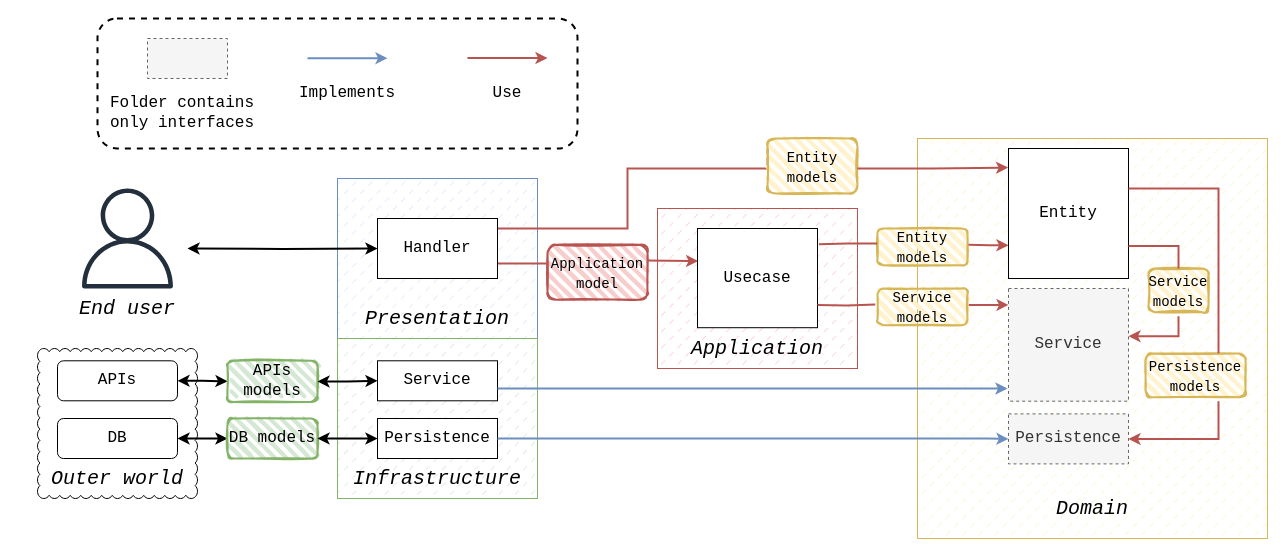
Before: .github/other/clean_architecture_sketch.drawio in abc-valera/netsly-golang, a draw.io diagram. Source tidied: cells renumbered, new cells numbered last; positions are measured from the earlier drawing's top-left corner, leaving out a move shared by most shapes. Both pictures are drawn from the tidied source at 100%, with x=0, y=0 at pixel (17, 18).
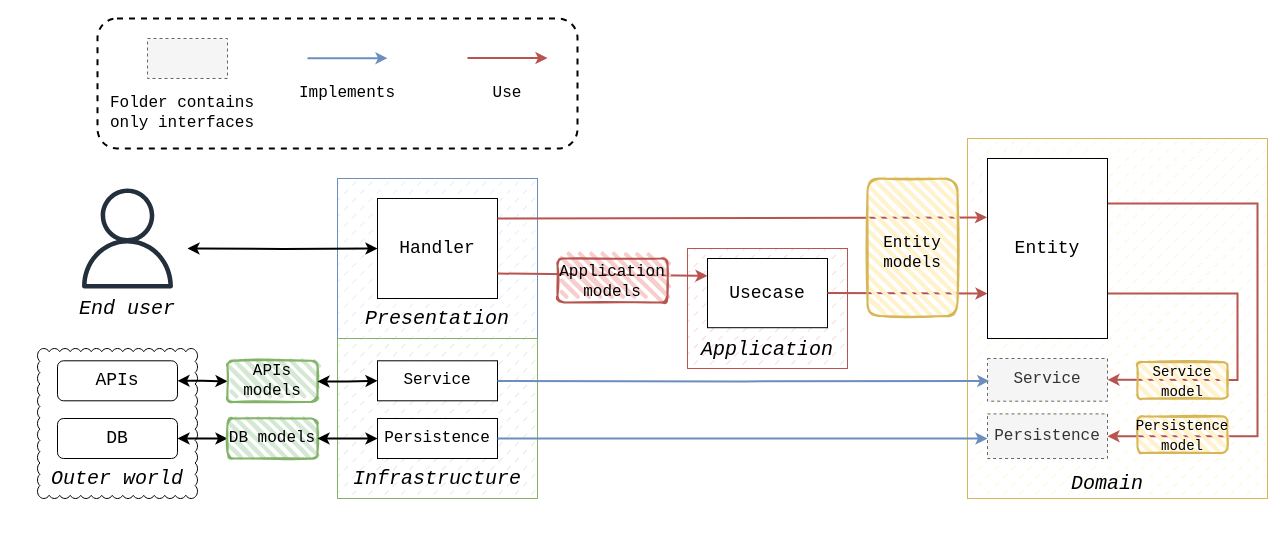
The same diagram, later.

Unchanged cells that the change refers to:
```xml
<mxCell id="15" value="&lt;font style=&quot;font-size: 16px;&quot; face=&quot;Courier New&quot;&gt;Persistence&lt;/font&gt;" style="text;html=1;align=center;verticalAlign=middle;whiteSpace=wrap;rounded=0;" parent="13" vertex="1">
  <mxGeometry width="120" height="40" as="geometry" />
</mxCell>
<mxCell id="33" style="group;" parent="1" vertex="1">
  <mxGeometry x="40" y="400" width="120" height="40" as="geometry" />
</mxCell>
```

Diff of the diagram source:
```diff
@@
     <mxCell id="3" style="rounded=0;whiteSpace=wrap;html=1;fillColor=#f8cecc;strokeColor=#b85450;fillStyle=dashed;" parent="1" vertex="1">
-      <mxGeometry x="640" y="190" width="200" height="160" as="geometry" />
+      <mxGeometry x="670" y="230" width="160" height="120" as="geometry" />
     </mxCell>
     <mxCell id="4" style="rounded=0;whiteSpace=wrap;html=1;fillColor=#fff2cc;strokeColor=#d6b656;fillStyle=dashed;gradientColor=none;" parent="1" vertex="1">
-      <mxGeometry x="900" y="120" width="350" height="400" as="geometry" />
+      <mxGeometry x="950" y="120" width="300" height="360" as="geometry" />
     </mxCell>
     <mxCell id="5" value="&lt;font face=&quot;Courier New&quot; style=&quot;font-size: 20px;&quot;&gt;&lt;i&gt;Domain&lt;/i&gt;&lt;/font&gt;" style="text;html=1;align=center;verticalAlign=middle;whiteSpace=wrap;rounded=0;" parent="1" vertex="1">
-      <mxGeometry x="900" y="470" width="350" height="40" as="geometry" />
+      <mxGeometry x="950" y="450" width="280" height="30" as="geometry" />
     </mxCell>
     <mxCell id="6" value="&lt;font face=&quot;Courier New&quot; style=&quot;font-size: 20px;&quot;&gt;&lt;i&gt;Application&lt;/i&gt;&lt;/font&gt;" style="text;html=1;align=center;verticalAlign=middle;whiteSpace=wrap;rounded=0;" parent="1" vertex="1">
-      <mxGeometry x="640" y="310" width="200" height="40" as="geometry" />
+      <mxGeometry x="650" y="310" width="200" height="42.3" as="geometry" />
     </mxCell>
@@
-    <mxCell id="22" style="rounded=1;whiteSpace=wrap;html=1;fillColor=none;dashed=1;strokeWidth=2;" parent="1" vertex="1">
+    <mxCell id="22" style="rounded=1;whiteSpace=wrap;html=1;fillColor=none;dashed=1;strokeWidth=2;strokeColor=default;" parent="1" vertex="1">
       <mxGeometry x="80" width="480" height="130" as="geometry" />
     </mxCell>
+    <mxCell id="85" style="edgeStyle=orthogonalEdgeStyle;rounded=0;jettySize=auto;html=1;entryX=1;entryY=0.25;entryDx=0;entryDy=0;strokeWidth=2;strokeColor=#B85450;endArrow=none;endFill=0;startArrow=classic;startFill=1;" parent="1" edge="1" source="23" target="59">
+      <mxGeometry relative="1" as="geometry">
+        <Array as="points">
+          <mxPoint x="1240" y="418" />
+          <mxPoint x="1240" y="185" />
+        </Array>
+      </mxGeometry>
+    </mxCell>
     <mxCell id="23" value="&lt;font style=&quot;font-size: 16px;&quot; face=&quot;Courier New&quot;&gt;Persistence&lt;/font&gt;" style="text;html=1;align=center;verticalAlign=middle;whiteSpace=wrap;rounded=0;fillColor=#f5f5f5;fontColor=#333333;strokeColor=#666666;dashed=1;" parent="1" vertex="1">
-      <mxGeometry x="991" y="395.4" width="120" height="50" as="geometry" />
+      <mxGeometry x="970" y="395.4" width="120" height="44.6" as="geometry" />
     </mxCell>
+    <mxCell id="86" style="edgeStyle=orthogonalEdgeStyle;rounded=0;jettySize=auto;html=1;exitX=1;exitY=0.5;exitDx=0;exitDy=0;entryX=1;entryY=0.75;entryDx=0;entryDy=0;strokeWidth=2;strokeColor=#B85450;endArrow=none;endFill=0;startArrow=classic;startFill=1;" parent="1" edge="1" source="24" target="59">
+      <mxGeometry relative="1" as="geometry">
+        <Array as="points">
+          <mxPoint x="1220" y="361" />
+          <mxPoint x="1220" y="275" />
+        </Array>
+      </mxGeometry>
+    </mxCell>
     <mxCell id="24" value="&lt;font style=&quot;font-size: 16px;&quot; face=&quot;Courier New&quot;&gt;Service&lt;/font&gt;" style="text;html=1;align=center;verticalAlign=middle;whiteSpace=wrap;rounded=0;fillColor=#f5f5f5;fontColor=#333333;strokeColor=#666666;dashed=1;" parent="1" vertex="1">
-      <mxGeometry x="991" y="270" width="120" height="112.7" as="geometry" />
+      <mxGeometry x="970" y="340" width="120" height="42.7" as="geometry" />
     </mxCell>
-    <mxCell id="25" style="edgeStyle=orthogonalEdgeStyle;rounded=0;jettySize=auto;html=1;entryX=0;entryY=0.5;entryDx=0;entryDy=0;fillColor=#dae8fc;strokeColor=#6c8ebf;strokeWidth=2;exitX=1;exitY=0.5;exitDx=0;exitDy=0;" parent="1" edge="1" source="15" target="23">
+    <mxCell id="25" style="edgeStyle=orthogonalEdgeStyle;rounded=0;jettySize=auto;html=1;fillColor=#dae8fc;strokeColor=#6c8ebf;strokeWidth=2;exitX=1;exitY=0.5;exitDx=0;exitDy=0;" parent="1" edge="1" source="15">
       <mxGeometry relative="1" as="geometry">
+        <mxPoint x="970" y="420" as="targetPoint" />
         <Array as="points">
           <mxPoint x="970" y="420" />
           <mxPoint x="970" y="420" />
         </Array>
       </mxGeometry>
     </mxCell>
-    <mxCell id="26" style="edgeStyle=orthogonalEdgeStyle;rounded=0;jettySize=auto;html=1;exitX=1;exitY=0.75;exitDx=0;exitDy=0;fillColor=#f8cecc;strokeColor=#b85450;strokeWidth=2;entryX=-0.002;entryY=0.314;entryDx=0;entryDy=0;endArrow=none;endFill=0;entryPerimeter=0;" parent="1" edge="1" source="40" target="30">
-      <mxGeometry relative="1" as="geometry" />
-    </mxCell>
-    <mxCell id="27" style="edgeStyle=orthogonalEdgeStyle;rounded=0;jettySize=auto;html=1;endArrow=none;endFill=0;fillColor=#f8cecc;strokeColor=#b85450;strokeWidth=2;entryX=0.001;entryY=0.167;entryDx=0;entryDy=0;entryPerimeter=0;" parent="1" edge="1" target="63">
-      <mxGeometry relative="1" as="geometry">
-        <mxPoint x="480" y="210" as="sourcePoint" />
-        <Array as="points">
-          <mxPoint x="610" y="210" />
-          <mxPoint x="610" y="150" />
-        </Array>
-      </mxGeometry>
-    </mxCell>
-    <mxCell id="28" style="group;" parent="1" vertex="1">
-      <mxGeometry x="530" y="226.2" width="100" height="60" as="geometry" />
-    </mxCell>
-    <mxCell id="29" style="rounded=1;whiteSpace=wrap;html=1;strokeWidth=2;fillWeight=4;hachureGap=8;hachureAngle=45;fillColor=#f8cecc;sketch=1;strokeColor=#b85450;" parent="28" vertex="1">
-      <mxGeometry width="100" height="55" as="geometry" />
-    </mxCell>
-    <mxCell id="30" value="&lt;font style=&quot;font-size: 14px;&quot;&gt;Application model&lt;/font&gt;" style="text;html=1;align=center;verticalAlign=middle;whiteSpace=wrap;rounded=0;fontFamily=Courier New;fontSize=16;" parent="28" vertex="1">
-      <mxGeometry width="100" height="60" as="geometry" />
-    </mxCell>
-    <mxCell id="31" style="edgeStyle=orthogonalEdgeStyle;rounded=0;jettySize=auto;html=1;fillColor=#f8cecc;strokeColor=#b85450;strokeWidth=2;entryX=0.005;entryY=0.328;entryDx=0;entryDy=0;entryPerimeter=0;" parent="1" edge="1" target="43">
-      <mxGeometry relative="1" as="geometry">
-        <mxPoint x="630" y="242" as="sourcePoint" />
-      </mxGeometry>
-    </mxCell>
@@
-    <mxCell id="35" value="&lt;font style=&quot;font-size: 16px;&quot; face=&quot;Courier New&quot;&gt;DB&lt;/font&gt;" style="text;html=1;align=center;verticalAlign=middle;whiteSpace=wrap;rounded=0;" parent="33" vertex="1">
+    <mxCell id="35" value="&lt;font style=&quot;font-size: 18px;&quot; face=&quot;Courier New&quot;&gt;DB&lt;/font&gt;" style="text;html=1;align=center;verticalAlign=middle;whiteSpace=wrap;rounded=0;" parent="33" vertex="1">
       <mxGeometry width="120" height="40" as="geometry" />
     </mxCell>
@@
-    <mxCell id="37" value="&lt;font style=&quot;font-size: 16px;&quot; face=&quot;Courier New&quot;&gt;APIs&lt;/font&gt;" style="rounded=1;whiteSpace=wrap;html=1;" parent="1" vertex="1">
+    <mxCell id="37" value="&lt;font style=&quot;font-size: 18px;&quot; face=&quot;Courier New&quot;&gt;APIs&lt;/font&gt;" style="rounded=1;whiteSpace=wrap;html=1;" parent="1" vertex="1">
       <mxGeometry x="40" y="342.3" width="120" height="40" as="geometry" />
     </mxCell>
     <mxCell id="38" style="group;fontStyle=4;" parent="1" vertex="1">
-      <mxGeometry x="360" y="200" width="120" height="60" as="geometry" />
+      <mxGeometry x="360" y="180" width="120" height="100" as="geometry" />
     </mxCell>
     <mxCell id="39" style="rounded=0;whiteSpace=wrap;html=1;" parent="38" vertex="1">
-      <mxGeometry width="120" height="60" as="geometry" />
+      <mxGeometry width="120" height="100" as="geometry" />
     </mxCell>
-    <mxCell id="40" value="&lt;font face=&quot;Courier New&quot;&gt;&lt;span style=&quot;font-size: 16px;&quot;&gt;Handler&lt;/span&gt;&lt;/font&gt;" style="text;html=1;align=center;verticalAlign=middle;whiteSpace=wrap;rounded=0;" parent="38" vertex="1">
-      <mxGeometry width="120" height="60" as="geometry" />
+    <mxCell id="40" value="&lt;font style=&quot;font-size: 18px;&quot; face=&quot;Courier New&quot;&gt;Handler&lt;/font&gt;" style="text;html=1;align=center;verticalAlign=middle;whiteSpace=wrap;rounded=0;" parent="38" vertex="1">
+      <mxGeometry width="120" height="100" as="geometry" />
     </mxCell>
     <mxCell id="41" style="group;fontStyle=4;" parent="1" vertex="1">
-      <mxGeometry x="680" y="210" width="120" height="99.2" as="geometry" />
+      <mxGeometry x="690" y="240" width="120" height="69.2" as="geometry" />
     </mxCell>
     <mxCell id="42" style="rounded=0;whiteSpace=wrap;html=1;" parent="41" vertex="1">
-      <mxGeometry width="120" height="99.2" as="geometry" />
+      <mxGeometry width="120" height="69.2" as="geometry" />
     </mxCell>
-    <mxCell id="43" value="&lt;font style=&quot;font-size: 16px;&quot; face=&quot;Courier New&quot;&gt;Usecase&lt;/font&gt;" style="text;html=1;align=center;verticalAlign=middle;whiteSpace=wrap;rounded=0;" parent="41" vertex="1">
-      <mxGeometry width="120" height="99.2" as="geometry" />
+    <mxCell id="43" value="&lt;font style=&quot;font-size: 18px;&quot; face=&quot;Courier New&quot;&gt;Usecase&lt;/font&gt;" style="text;html=1;align=center;verticalAlign=middle;whiteSpace=wrap;rounded=0;" parent="41" vertex="1">
+      <mxGeometry width="120" height="69.2" as="geometry" />
     </mxCell>
@@
     <mxCell id="57" style="group;fontStyle=4;" parent="1" vertex="1">
-      <mxGeometry x="991" y="130" width="120" height="130" as="geometry" />
+      <mxGeometry x="970" y="140" width="120" height="180" as="geometry" />
     </mxCell>
     <mxCell id="58" style="rounded=0;whiteSpace=wrap;html=1;" parent="57" vertex="1">
-      <mxGeometry width="120" height="130" as="geometry" />
+      <mxGeometry width="120" height="180" as="geometry" />
     </mxCell>
-    <mxCell id="59" value="&lt;font style=&quot;font-size: 16px;&quot; face=&quot;Courier New&quot;&gt;Entity&lt;/font&gt;" style="text;html=1;align=center;verticalAlign=middle;whiteSpace=wrap;rounded=0;" parent="57" vertex="1">
-      <mxGeometry width="120" height="130" as="geometry" />
+    <mxCell id="59" value="&lt;font style=&quot;font-size: 18px;&quot; face=&quot;Courier New&quot;&gt;Entity&lt;/font&gt;" style="text;html=1;align=center;verticalAlign=middle;whiteSpace=wrap;rounded=0;" parent="57" vertex="1">
+      <mxGeometry width="120" height="180" as="geometry" />
     </mxCell>
-    <mxCell id="60" style="edgeStyle=orthogonalEdgeStyle;rounded=0;orthogonalLoop=1;jettySize=auto;html=1;fillColor=#dae8fc;strokeColor=#6c8ebf;strokeWidth=2;exitX=1;exitY=0.5;exitDx=0;exitDy=0;" parent="1" edge="1">
+    <mxCell id="60" style="edgeStyle=orthogonalEdgeStyle;rounded=0;jettySize=auto;html=1;fillColor=#dae8fc;strokeColor=#6c8ebf;strokeWidth=2;exitX=1;exitY=0.5;exitDx=0;exitDy=0;entryX=0.015;entryY=0.525;entryDx=0;entryDy=0;entryPerimeter=0;" parent="1" edge="1" target="24">
       <mxGeometry relative="1" as="geometry">
-        <mxPoint x="480" y="370" as="sourcePoint" />
-        <mxPoint x="990" y="370" as="targetPoint" />
-        <Array as="points">
-          <mxPoint x="970" y="370" />
-          <mxPoint x="970" y="370" />
-        </Array>
+        <mxPoint x="480" y="362.4" as="sourcePoint" />
       </mxGeometry>
     </mxCell>
-    <mxCell id="61" style="group;rotation=0;" parent="1" vertex="1">
-      <mxGeometry x="750" y="120" width="90" height="60" as="geometry" />
-    </mxCell>
-    <mxCell id="62" style="rounded=1;whiteSpace=wrap;html=1;strokeWidth=2;fillWeight=4;hachureGap=8;hachureAngle=45;fillColor=#fff2cc;sketch=1;strokeColor=#d6b656;rotation=0;" parent="61" vertex="1">
-      <mxGeometry width="90" height="55" as="geometry" />
-    </mxCell>
-    <mxCell id="63" value="&lt;font style=&quot;font-size: 14px;&quot;&gt;Entity models&lt;/font&gt;" style="text;html=1;align=center;verticalAlign=middle;whiteSpace=wrap;rounded=0;fontFamily=Courier New;fontSize=16;rotation=0;" parent="61" vertex="1">
-      <mxGeometry width="90" height="60" as="geometry" />
-    </mxCell>
-    <mxCell id="64" style="group;rotation=0;" parent="1" vertex="1">
-      <mxGeometry x="1128" y="335" width="100" height="47.7" as="geometry" />
-    </mxCell>
-    <mxCell id="65" style="rounded=1;whiteSpace=wrap;html=1;strokeWidth=2;fillWeight=4;hachureGap=8;hachureAngle=45;fillColor=#fff2cc;sketch=1;strokeColor=#d6b656;rotation=0;" parent="64" vertex="1">
-      <mxGeometry width="100" height="43.7" as="geometry" />
-    </mxCell>
-    <mxCell id="66" value="&lt;font style=&quot;font-size: 14px;&quot;&gt;Persistence models&lt;/font&gt;" style="text;html=1;align=center;verticalAlign=middle;whiteSpace=wrap;rounded=0;fontFamily=Courier New;fontSize=16;rotation=0;" parent="64" vertex="1">
-      <mxGeometry width="100" height="47.7" as="geometry" />
-    </mxCell>
-    <mxCell id="67" style="edgeStyle=orthogonalEdgeStyle;rounded=0;jettySize=auto;html=1;strokeColor=#B85450;strokeWidth=2;endArrow=none;endFill=0;entryX=0.73;entryY=-0.006;entryDx=0;entryDy=0;entryPerimeter=0;" parent="1" edge="1" target="66">
-      <mxGeometry relative="1" as="geometry">
-        <mxPoint x="1111" y="170" as="sourcePoint" />
-        <Array as="points">
-          <mxPoint x="1201" y="170" />
-        </Array>
-      </mxGeometry>
-    </mxCell>
-    <mxCell id="68" style="edgeStyle=orthogonalEdgeStyle;rounded=0;jettySize=auto;html=1;entryX=1;entryY=0.5;entryDx=0;entryDy=0;strokeWidth=2;strokeColor=#B85450;" parent="1" edge="1" source="66" target="23">
-      <mxGeometry relative="1" as="geometry">
-        <Array as="points">
-          <mxPoint x="1201" y="420" />
-        </Array>
-      </mxGeometry>
-    </mxCell>
-    <mxCell id="69" style="edgeStyle=orthogonalEdgeStyle;rounded=0;jettySize=auto;html=1;exitX=1;exitY=0.5;exitDx=0;exitDy=0;entryX=-0.003;entryY=0.147;entryDx=0;entryDy=0;entryPerimeter=0;strokeWidth=2;strokeColor=#B85450;" parent="1" edge="1" source="63" target="59">
-      <mxGeometry relative="1" as="geometry" />
-    </mxCell>
-    <mxCell id="70" style="group;rotation=0;" parent="1" vertex="1">
-      <mxGeometry x="860" y="210" width="90" height="40" as="geometry" />
-    </mxCell>
-    <mxCell id="71" style="rounded=1;whiteSpace=wrap;html=1;strokeWidth=2;fillWeight=4;hachureGap=8;hachureAngle=45;fillColor=#fff2cc;sketch=1;strokeColor=#d6b656;rotation=0;" parent="70" vertex="1">
-      <mxGeometry width="90" height="36.7" as="geometry" />
-    </mxCell>
-    <mxCell id="72" value="&lt;font style=&quot;font-size: 14px;&quot;&gt;Entity models&lt;/font&gt;" style="text;html=1;align=center;verticalAlign=middle;whiteSpace=wrap;rounded=0;fontFamily=Courier New;fontSize=16;rotation=0;" parent="70" vertex="1">
-      <mxGeometry width="90" height="40" as="geometry" />
-    </mxCell>
-    <mxCell id="73" style="edgeStyle=orthogonalEdgeStyle;rounded=0;jettySize=auto;html=1;exitX=-0.004;exitY=0.377;exitDx=0;exitDy=0;entryX=1.012;entryY=0.158;entryDx=0;entryDy=0;entryPerimeter=0;endArrow=none;endFill=0;exitPerimeter=0;strokeWidth=2;strokeColor=#B85450;" parent="1" edge="1" source="72" target="43">
-      <mxGeometry relative="1" as="geometry" />
-    </mxCell>
-    <mxCell id="74" style="group;rotation=0;" parent="1" vertex="1">
-      <mxGeometry x="860" y="270" width="90" height="40" as="geometry" />
-    </mxCell>
-    <mxCell id="75" style="rounded=1;whiteSpace=wrap;html=1;strokeWidth=2;fillWeight=4;hachureGap=8;hachureAngle=45;fillColor=#fff2cc;sketch=1;strokeColor=#d6b656;rotation=0;" parent="74" vertex="1">
-      <mxGeometry width="90" height="36.7" as="geometry" />
-    </mxCell>
-    <mxCell id="76" value="&lt;font style=&quot;font-size: 14px;&quot;&gt;Service models&lt;/font&gt;" style="text;html=1;align=center;verticalAlign=middle;whiteSpace=wrap;rounded=0;fontFamily=Courier New;fontSize=16;rotation=0;" parent="74" vertex="1">
-      <mxGeometry width="90" height="40" as="geometry" />
-    </mxCell>
-    <mxCell id="77" style="edgeStyle=orthogonalEdgeStyle;rounded=0;orthogonalLoop=1;jettySize=auto;html=1;exitX=1;exitY=0.75;exitDx=0;exitDy=0;entryX=-0.024;entryY=0.349;entryDx=0;entryDy=0;entryPerimeter=0;endArrow=none;endFill=0;strokeWidth=2;strokeColor=#B85450;" parent="1" edge="1">
-      <mxGeometry relative="1" as="geometry">
-        <mxPoint x="800" y="286.6" as="sourcePoint" />
-        <mxPoint x="857.8" y="286.1" as="targetPoint" />
-      </mxGeometry>
-    </mxCell>
-    <mxCell id="78" style="edgeStyle=orthogonalEdgeStyle;rounded=0;jettySize=auto;html=1;exitX=1.014;exitY=0.411;exitDx=0;exitDy=0;entryX=-0.024;entryY=0.349;entryDx=0;entryDy=0;entryPerimeter=0;strokeWidth=2;strokeColor=#B85450;exitPerimeter=0;" parent="1" edge="1" source="76">
-      <mxGeometry relative="1" as="geometry">
-        <mxPoint x="991" y="286.6" as="targetPoint" />
-      </mxGeometry>
-    </mxCell>
-    <mxCell id="79" style="group;rotation=0;" parent="1" vertex="1">
-      <mxGeometry x="1131" y="250" width="60" height="47.7" as="geometry" />
-    </mxCell>
-    <mxCell id="80" style="rounded=1;whiteSpace=wrap;html=1;strokeWidth=2;fillWeight=4;hachureGap=8;hachureAngle=45;fillColor=#fff2cc;sketch=1;strokeColor=#d6b656;rotation=0;" parent="79" vertex="1">
-      <mxGeometry width="60" height="43.7" as="geometry" />
-    </mxCell>
-    <mxCell id="81" value="&lt;font style=&quot;font-size: 14px;&quot;&gt;Service models&lt;/font&gt;" style="text;html=1;align=center;verticalAlign=middle;whiteSpace=wrap;rounded=0;fontFamily=Courier New;fontSize=16;rotation=0;" parent="79" vertex="1">
-      <mxGeometry width="60" height="47.7" as="geometry" />
-    </mxCell>
-    <mxCell id="82" style="edgeStyle=orthogonalEdgeStyle;rounded=0;jettySize=auto;html=1;exitX=1;exitY=0.75;exitDx=0;exitDy=0;entryX=0.5;entryY=0;entryDx=0;entryDy=0;endArrow=none;endFill=0;strokeWidth=2;strokeColor=#B85450;" parent="1" edge="1" source="59" target="81">
-      <mxGeometry relative="1" as="geometry" />
-    </mxCell>
-    <mxCell id="83" style="edgeStyle=orthogonalEdgeStyle;rounded=0;jettySize=auto;html=1;exitX=0.5;exitY=1;exitDx=0;exitDy=0;entryX=1.003;entryY=0.416;entryDx=0;entryDy=0;entryPerimeter=0;strokeWidth=2;strokeColor=#B85450;" parent="1" edge="1" source="81" target="24">
-      <mxGeometry relative="1" as="geometry" />
-    </mxCell>
-    <mxCell id="84" style="edgeStyle=orthogonalEdgeStyle;rounded=0;orthogonalLoop=1;jettySize=auto;html=1;exitX=1.014;exitY=0.411;exitDx=0;exitDy=0;entryX=-0.024;entryY=0.349;entryDx=0;entryDy=0;entryPerimeter=0;strokeWidth=2;strokeColor=#B85450;exitPerimeter=0;" parent="1" edge="1">
-      <mxGeometry relative="1" as="geometry">
-        <mxPoint x="951" y="226.2" as="sourcePoint" />
-        <mxPoint x="991" y="226.8" as="targetPoint" />
-      </mxGeometry>
-    </mxCell>
+    <mxCell id="87" style="group;rotation=0;" parent="1" vertex="1">
+      <mxGeometry x="1120" y="397.7" width="90" height="40" as="geometry" />
+    </mxCell>
+    <mxCell id="88" style="rounded=1;whiteSpace=wrap;html=1;strokeWidth=2;fillWeight=4;hachureGap=8;hachureAngle=45;fillColor=#fff2cc;sketch=1;strokeColor=#d6b656;rotation=0;" parent="87" vertex="1">
+      <mxGeometry width="90" height="36.7" as="geometry" />
+    </mxCell>
+    <mxCell id="89" value="&lt;font style=&quot;font-size: 14px;&quot;&gt;Persistence model&lt;/font&gt;" style="text;html=1;align=center;verticalAlign=middle;whiteSpace=wrap;rounded=0;fontFamily=Courier New;fontSize=16;rotation=0;" parent="87" vertex="1">
+      <mxGeometry width="90" height="40" as="geometry" />
+    </mxCell>
+    <mxCell id="90" style="group;rotation=0;" parent="1" vertex="1">
+      <mxGeometry x="1120" y="343.5" width="90" height="40" as="geometry" />
+    </mxCell>
+    <mxCell id="91" style="rounded=1;whiteSpace=wrap;html=1;strokeWidth=2;fillWeight=4;hachureGap=8;hachureAngle=45;fillColor=#fff2cc;sketch=1;strokeColor=#d6b656;rotation=0;" parent="90" vertex="1">
+      <mxGeometry width="90" height="36.7" as="geometry" />
+    </mxCell>
+    <mxCell id="92" value="&lt;font style=&quot;font-size: 14px;&quot;&gt;Service model&lt;/font&gt;" style="text;html=1;align=center;verticalAlign=middle;whiteSpace=wrap;rounded=0;fontFamily=Courier New;fontSize=16;rotation=0;" parent="90" vertex="1">
+      <mxGeometry width="90" height="40" as="geometry" />
+    </mxCell>
+    <mxCell id="93" style="endArrow=classic;html=1;rounded=0;strokeWidth=2;fillColor=#f8cecc;strokeColor=#b85450;entryX=0;entryY=0.75;entryDx=0;entryDy=0;exitX=1;exitY=0.5;exitDx=0;exitDy=0;" parent="1" edge="1" source="43" target="59">
+      <mxGeometry relative="1" as="geometry" />
+    </mxCell>
+    <mxCell id="94" style="endArrow=classic;html=1;rounded=0;strokeWidth=2;fillColor=#f8cecc;strokeColor=#b85450;entryX=0;entryY=0.25;entryDx=0;entryDy=0;exitX=1;exitY=0.75;exitDx=0;exitDy=0;" parent="1" edge="1" source="40" target="43">
+      <mxGeometry relative="1" as="geometry" />
+    </mxCell>
+    <mxCell id="95" style="group;" parent="1" vertex="1">
+      <mxGeometry x="540" y="240" width="110" height="47.9" as="geometry" />
+    </mxCell>
+    <mxCell id="96" style="rounded=1;whiteSpace=wrap;html=1;strokeWidth=2;fillWeight=4;hachureGap=8;hachureAngle=45;fillColor=#f8cecc;sketch=1;strokeColor=#b85450;" parent="95" vertex="1">
+      <mxGeometry width="110" height="43.9" as="geometry" />
+    </mxCell>
+    <mxCell id="97" value="&lt;font style=&quot;font-size: 16px;&quot;&gt;Application models&lt;/font&gt;" style="text;html=1;align=center;verticalAlign=middle;whiteSpace=wrap;rounded=0;fontFamily=Courier New;fontSize=16;" parent="95" vertex="1">
+      <mxGeometry width="110" height="47.9" as="geometry" />
+    </mxCell>
+    <mxCell id="98" style="endArrow=classic;html=1;rounded=0;strokeWidth=2;fillColor=#f8cecc;strokeColor=#b85450;entryX=-0.004;entryY=0.327;entryDx=0;entryDy=0;exitX=1;exitY=0.75;exitDx=0;exitDy=0;entryPerimeter=0;" parent="1" edge="1" target="59">
+      <mxGeometry relative="1" as="geometry">
+        <mxPoint x="480" y="200" as="sourcePoint" />
+      </mxGeometry>
+    </mxCell>
+    <mxCell id="99" style="group;rotation=0;" parent="1" vertex="1">
+      <mxGeometry x="850" y="160" width="90" height="150" as="geometry" />
+    </mxCell>
+    <mxCell id="100" style="rounded=1;whiteSpace=wrap;html=1;strokeWidth=2;fillWeight=4;hachureGap=8;hachureAngle=45;fillColor=#fff2cc;sketch=1;strokeColor=#d6b656;rotation=0;" parent="99" vertex="1">
+      <mxGeometry width="90" height="137.5" as="geometry" />
+    </mxCell>
+    <mxCell id="101" value="&lt;font style=&quot;font-size: 16px;&quot;&gt;Entity models&lt;/font&gt;" style="text;html=1;align=center;verticalAlign=middle;whiteSpace=wrap;rounded=0;fontFamily=Courier New;fontSize=16;rotation=0;" parent="99" vertex="1">
+      <mxGeometry width="90" height="150" as="geometry" />
+    </mxCell>
```
